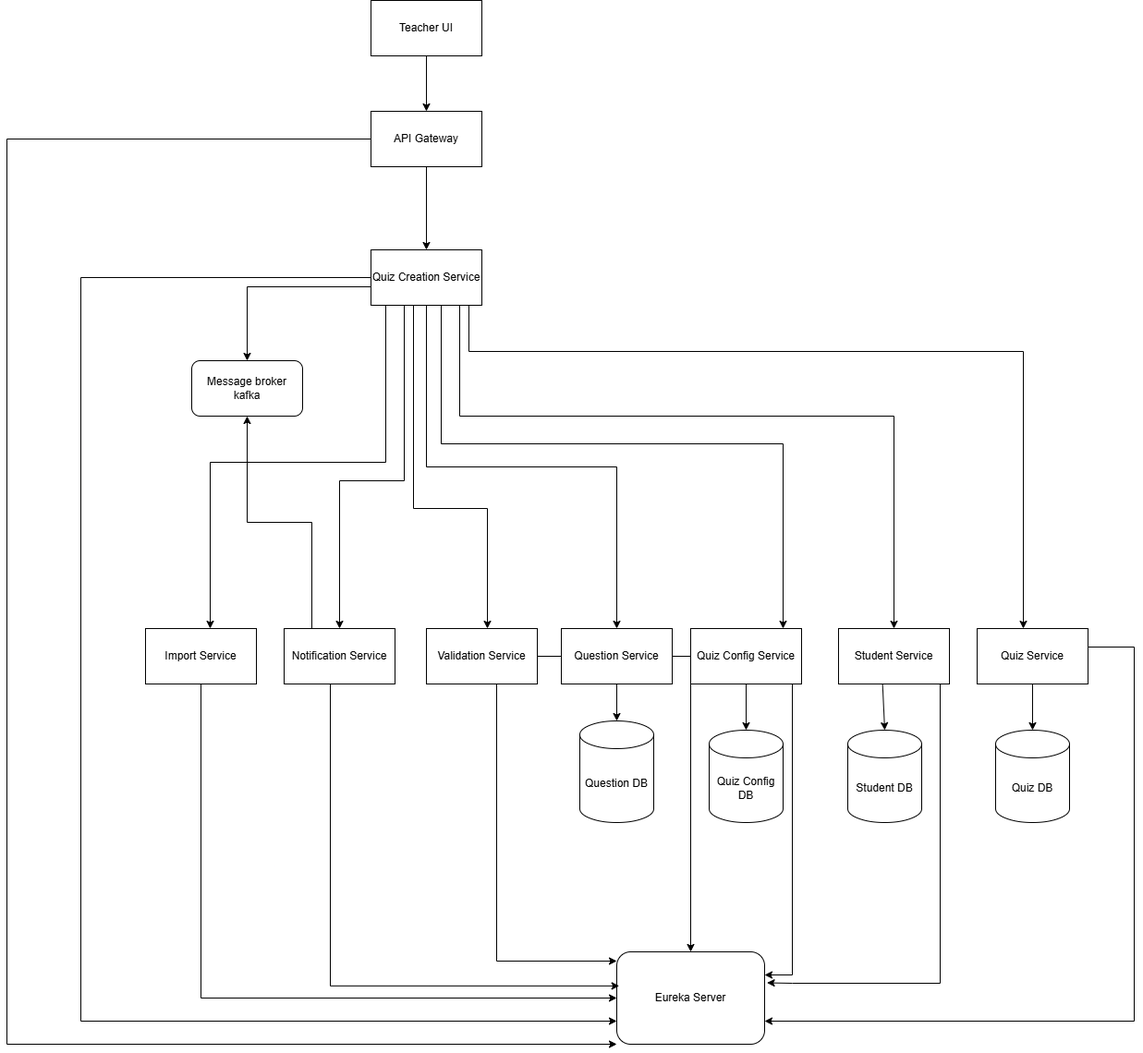
Before: docs/asset/system-architecture.png, a diagram exported from draw.io (CuongDo203/SOA). Source tidied: cells renumbered, new cells last; positions are measured from the earlier drawing's top-left corner, leaving out a move shared by most shapes. The source it was exported from:
```xml
<mxGraphModel>
  <root>
    <mxCell id="0" />
    <mxCell id="1" parent="0" />
    <mxCell id="2" style="edgeStyle=orthogonalEdgeStyle;rounded=0;jettySize=auto;html=1;exitX=0.5;exitY=1;exitDx=0;exitDy=0;" parent="1" edge="1" source="3" target="5">
      <mxGeometry relative="1" as="geometry" />
    </mxCell>
    <mxCell id="3" value="Teacher UI" style="rounded=0;whiteSpace=wrap;html=1;" parent="1" vertex="1">
      <mxGeometry x="394" width="120" height="60" as="geometry" />
    </mxCell>
    <mxCell id="4" style="edgeStyle=orthogonalEdgeStyle;rounded=0;jettySize=auto;html=1;exitX=0.5;exitY=1;exitDx=0;exitDy=0;entryX=0.5;entryY=0;entryDx=0;entryDy=0;" parent="1" edge="1" source="5" target="13">
      <mxGeometry relative="1" as="geometry" />
    </mxCell>
    <mxCell id="5" value="API Gateway" style="rounded=0;whiteSpace=wrap;html=1;" parent="1" vertex="1">
      <mxGeometry x="394" y="120" width="120" height="60" as="geometry" />
    </mxCell>
    <mxCell id="6" style="edgeStyle=orthogonalEdgeStyle;rounded=0;jettySize=auto;html=1;entryX=0;entryY=1;entryDx=0;entryDy=0;" parent="1" edge="1" source="5" target="35">
      <mxGeometry relative="1" as="geometry">
        <Array as="points">
          <mxPoint y="150" />
          <mxPoint y="1130" />
        </Array>
      </mxGeometry>
    </mxCell>
    <mxCell id="7" style="edgeStyle=orthogonalEdgeStyle;rounded=0;jettySize=auto;html=1;" parent="1" edge="1" source="13" target="15">
      <mxGeometry relative="1" as="geometry">
        <Array as="points">
          <mxPoint x="410" y="500" />
          <mxPoint x="220" y="500" />
        </Array>
      </mxGeometry>
    </mxCell>
    <mxCell id="8" style="edgeStyle=orthogonalEdgeStyle;rounded=0;jettySize=auto;html=1;" parent="1" edge="1" source="13" target="27">
      <mxGeometry relative="1" as="geometry">
        <Array as="points">
          <mxPoint x="430" y="520" />
          <mxPoint x="360" y="520" />
        </Array>
      </mxGeometry>
    </mxCell>
    <mxCell id="9" style="edgeStyle=orthogonalEdgeStyle;rounded=0;jettySize=auto;html=1;" parent="1" edge="1" source="13" target="18">
      <mxGeometry relative="1" as="geometry">
        <Array as="points">
          <mxPoint x="440" y="550" />
          <mxPoint x="520" y="550" />
        </Array>
      </mxGeometry>
    </mxCell>
    <mxCell id="10" style="edgeStyle=orthogonalEdgeStyle;rounded=0;jettySize=auto;html=1;" parent="1" edge="1" source="13" target="21">
      <mxGeometry relative="1" as="geometry">
        <Array as="points">
          <mxPoint x="470" y="480" />
          <mxPoint x="840" y="480" />
        </Array>
      </mxGeometry>
    </mxCell>
    <mxCell id="11" style="edgeStyle=orthogonalEdgeStyle;rounded=0;jettySize=auto;html=1;entryX=0.5;entryY=0;entryDx=0;entryDy=0;" parent="1" edge="1" source="13" target="41">
      <mxGeometry relative="1" as="geometry">
        <Array as="points">
          <mxPoint x="260" y="310" />
        </Array>
      </mxGeometry>
    </mxCell>
    <mxCell id="12" style="edgeStyle=orthogonalEdgeStyle;rounded=0;jettySize=auto;html=1;entryX=0;entryY=0.75;entryDx=0;entryDy=0;" parent="1" edge="1" source="13" target="35">
      <mxGeometry relative="1" as="geometry">
        <Array as="points">
          <mxPoint x="80" y="300" />
          <mxPoint x="80" y="1105" />
        </Array>
      </mxGeometry>
    </mxCell>
    <mxCell id="13" value="Quiz Creation Service" style="rounded=0;whiteSpace=wrap;html=1;" parent="1" vertex="1">
      <mxGeometry x="394" y="270" width="120" height="60" as="geometry" />
    </mxCell>
    <mxCell id="14" style="edgeStyle=orthogonalEdgeStyle;rounded=0;jettySize=auto;html=1;entryX=0;entryY=0.5;entryDx=0;entryDy=0;" parent="1" edge="1" source="15" target="35">
      <mxGeometry relative="1" as="geometry">
        <Array as="points">
          <mxPoint x="210" y="1080" />
        </Array>
      </mxGeometry>
    </mxCell>
    <mxCell id="15" value="Import Service" style="rounded=0;whiteSpace=wrap;html=1;" parent="1" vertex="1">
      <mxGeometry x="150" y="680" width="120" height="60" as="geometry" />
    </mxCell>
    <mxCell id="16" style="edgeStyle=orthogonalEdgeStyle;rounded=0;jettySize=auto;html=1;" parent="1" edge="1" source="18" target="35">
      <mxGeometry relative="1" as="geometry" />
    </mxCell>
    <mxCell id="17" style="edgeStyle=orthogonalEdgeStyle;rounded=0;jettySize=auto;html=1;" parent="1" edge="1" source="18" target="35">
      <mxGeometry relative="1" as="geometry">
        <Array as="points">
          <mxPoint x="530" y="1040" />
        </Array>
      </mxGeometry>
    </mxCell>
    <mxCell id="18" value="Validation Service" style="rounded=0;whiteSpace=wrap;html=1;" parent="1" vertex="1">
      <mxGeometry x="454" y="680" width="120" height="60" as="geometry" />
    </mxCell>
    <mxCell id="19" value="Question Service" style="rounded=0;whiteSpace=wrap;html=1;" parent="1" vertex="1">
      <mxGeometry x="600" y="680" width="120" height="60" as="geometry" />
    </mxCell>
    <mxCell id="20" style="edgeStyle=orthogonalEdgeStyle;rounded=0;jettySize=auto;html=1;entryX=1;entryY=0.25;entryDx=0;entryDy=0;" parent="1" edge="1" source="21" target="35">
      <mxGeometry relative="1" as="geometry">
        <Array as="points">
          <mxPoint x="850" y="1055" />
        </Array>
      </mxGeometry>
    </mxCell>
    <mxCell id="21" value="Quiz Config Service" style="rounded=0;whiteSpace=wrap;html=1;" parent="1" vertex="1">
      <mxGeometry x="740" y="680" width="120" height="60" as="geometry" />
    </mxCell>
    <mxCell id="22" style="edgeStyle=orthogonalEdgeStyle;rounded=0;jettySize=auto;html=1;entryX=1.016;entryY=0.335;entryDx=0;entryDy=0;entryPerimeter=0;" parent="1" edge="1" source="23" target="35">
      <mxGeometry relative="1" as="geometry">
        <Array as="points">
          <mxPoint x="1010" y="1064" />
          <mxPoint x="850" y="1064" />
        </Array>
      </mxGeometry>
    </mxCell>
    <mxCell id="23" value="Student Service" style="rounded=0;whiteSpace=wrap;html=1;" parent="1" vertex="1">
      <mxGeometry x="900" y="680" width="120" height="60" as="geometry" />
    </mxCell>
    <mxCell id="24" value="Quiz Service" style="rounded=0;whiteSpace=wrap;html=1;" parent="1" vertex="1">
      <mxGeometry x="1050" y="680" width="120" height="60" as="geometry" />
    </mxCell>
    <mxCell id="25" style="edgeStyle=orthogonalEdgeStyle;rounded=0;jettySize=auto;html=1;entryX=1;entryY=0.75;entryDx=0;entryDy=0;" parent="1" edge="1" source="24" target="35">
      <mxGeometry relative="1" as="geometry">
        <Array as="points">
          <mxPoint x="1220" y="700" />
          <mxPoint x="1220" y="1105" />
        </Array>
      </mxGeometry>
    </mxCell>
    <mxCell id="26" style="edgeStyle=orthogonalEdgeStyle;rounded=0;jettySize=auto;html=1;" parent="1" edge="1" source="27" target="41">
      <mxGeometry relative="1" as="geometry">
        <Array as="points">
          <mxPoint x="330" y="565" />
          <mxPoint x="260" y="565" />
        </Array>
      </mxGeometry>
    </mxCell>
    <mxCell id="27" value="Notification Service" style="rounded=0;whiteSpace=wrap;html=1;" parent="1" vertex="1">
      <mxGeometry x="300" y="680" width="120" height="60" as="geometry" />
    </mxCell>
    <mxCell id="28" style="endArrow=classic;html=1;rounded=0;entryX=0.5;entryY=0;entryDx=0;entryDy=0;entryPerimeter=0;exitX=0.5;exitY=1;exitDx=0;exitDy=0;" parent="1" edge="1" source="19" target="40">
      <mxGeometry relative="1" as="geometry" />
    </mxCell>
    <mxCell id="29" value="Quiz Config DB" style="shape=cylinder3;whiteSpace=wrap;html=1;boundedLbl=1;backgroundOutline=1;size=15;" parent="1" vertex="1">
      <mxGeometry x="760" y="790" width="80" height="100" as="geometry" />
    </mxCell>
    <mxCell id="30" style="endArrow=classic;html=1;rounded=0;entryX=0.5;entryY=0;entryDx=0;entryDy=0;entryPerimeter=0;exitX=0.5;exitY=1;exitDx=0;exitDy=0;" parent="1" edge="1" source="21" target="29">
      <mxGeometry relative="1" as="geometry" />
    </mxCell>
    <mxCell id="31" value="Student DB" style="shape=cylinder3;whiteSpace=wrap;html=1;boundedLbl=1;backgroundOutline=1;size=15;" parent="1" vertex="1">
      <mxGeometry x="910" y="790" width="80" height="100" as="geometry" />
    </mxCell>
    <mxCell id="32" style="endArrow=classic;html=1;rounded=0;entryX=0.5;entryY=0;entryDx=0;entryDy=0;entryPerimeter=0;exitX=0.397;exitY=0.993;exitDx=0;exitDy=0;exitPerimeter=0;" parent="1" edge="1" source="23" target="31">
      <mxGeometry relative="1" as="geometry" />
    </mxCell>
    <mxCell id="33" value="Quiz DB" style="shape=cylinder3;whiteSpace=wrap;html=1;boundedLbl=1;backgroundOutline=1;size=15;" parent="1" vertex="1">
      <mxGeometry x="1070" y="790" width="80" height="100" as="geometry" />
    </mxCell>
    <mxCell id="34" style="endArrow=classic;html=1;rounded=0;entryX=0.5;entryY=0;entryDx=0;entryDy=0;entryPerimeter=0;exitX=0.5;exitY=1;exitDx=0;exitDy=0;" parent="1" edge="1" source="24" target="33">
      <mxGeometry relative="1" as="geometry" />
    </mxCell>
    <mxCell id="35" value="Eureka Server" style="rounded=1;whiteSpace=wrap;html=1;" parent="1" vertex="1">
      <mxGeometry x="660" y="1030" width="160" height="100" as="geometry" />
    </mxCell>
    <mxCell id="36" style="edgeStyle=orthogonalEdgeStyle;rounded=0;jettySize=auto;html=1;entryX=0.5;entryY=0;entryDx=0;entryDy=0;" parent="1" edge="1" target="23">
      <mxGeometry relative="1" as="geometry">
        <mxPoint x="460" y="330" as="sourcePoint" />
        <Array as="points">
          <mxPoint x="490" y="330" />
          <mxPoint x="490" y="450" />
          <mxPoint x="960" y="450" />
        </Array>
      </mxGeometry>
    </mxCell>
    <mxCell id="37" style="edgeStyle=orthogonalEdgeStyle;rounded=0;jettySize=auto;html=1;" parent="1" edge="1" source="13" target="24">
      <mxGeometry relative="1" as="geometry">
        <Array as="points">
          <mxPoint x="500" y="380" />
          <mxPoint x="1100" y="380" />
        </Array>
      </mxGeometry>
    </mxCell>
    <mxCell id="38" style="edgeStyle=orthogonalEdgeStyle;rounded=0;jettySize=auto;html=1;entryX=0.017;entryY=0.369;entryDx=0;entryDy=0;entryPerimeter=0;" parent="1" edge="1" source="27" target="35">
      <mxGeometry relative="1" as="geometry">
        <Array as="points">
          <mxPoint x="350" y="1067" />
        </Array>
      </mxGeometry>
    </mxCell>
    <mxCell id="39" style="edgeStyle=orthogonalEdgeStyle;rounded=0;jettySize=auto;html=1;exitX=0.5;exitY=1;exitDx=0;exitDy=0;" parent="1" edge="1" source="13" target="19">
      <mxGeometry relative="1" as="geometry" />
    </mxCell>
    <mxCell id="40" value="Question DB" style="shape=cylinder3;whiteSpace=wrap;html=1;boundedLbl=1;backgroundOutline=1;size=15;" parent="1" vertex="1">
      <mxGeometry x="620" y="780" width="80" height="110" as="geometry" />
    </mxCell>
    <mxCell id="41" value="Message broker kafka" style="rounded=1;whiteSpace=wrap;html=1;" parent="1" vertex="1">
      <mxGeometry x="200" y="390" width="120" height="60" as="geometry" />
    </mxCell>
  </root>
</mxGraphModel>
```
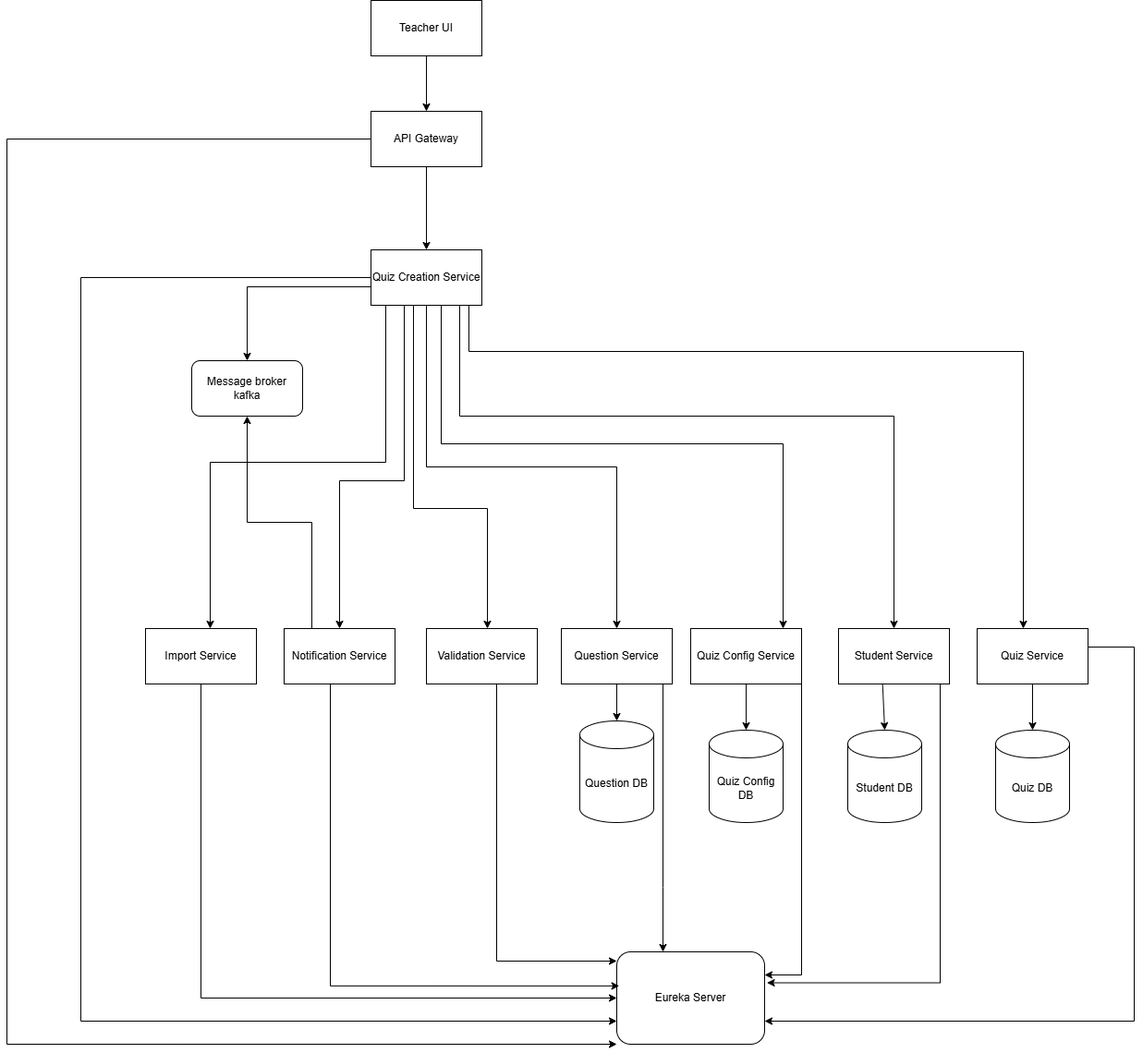
After the change.

Change to the diagram source:
```diff
@@ -82,9 +82,6 @@
     <mxCell id="15" value="Import Service" style="rounded=0;whiteSpace=wrap;html=1;" parent="1" vertex="1">
       <mxGeometry x="150" y="680" width="120" height="60" as="geometry" />
     </mxCell>
-    <mxCell id="16" style="edgeStyle=orthogonalEdgeStyle;rounded=0;jettySize=auto;html=1;" parent="1" edge="1" source="18" target="35">
-      <mxGeometry relative="1" as="geometry" />
-    </mxCell>
     <mxCell id="17" style="edgeStyle=orthogonalEdgeStyle;rounded=0;jettySize=auto;html=1;" parent="1" edge="1" source="18" target="35">
       <mxGeometry relative="1" as="geometry">
         <Array as="points">
@@ -95,13 +92,21 @@
     <mxCell id="18" value="Validation Service" style="rounded=0;whiteSpace=wrap;html=1;" parent="1" vertex="1">
       <mxGeometry x="454" y="680" width="120" height="60" as="geometry" />
     </mxCell>
+    <mxCell id="42" style="edgeStyle=orthogonalEdgeStyle;rounded=0;jettySize=auto;html=1;" parent="1" edge="1" source="19" target="35">
+      <mxGeometry relative="1" as="geometry">
+        <Array as="points">
+          <mxPoint x="710" y="960" />
+          <mxPoint x="710" y="960" />
+        </Array>
+      </mxGeometry>
+    </mxCell>
     <mxCell id="19" value="Question Service" style="rounded=0;whiteSpace=wrap;html=1;" parent="1" vertex="1">
       <mxGeometry x="600" y="680" width="120" height="60" as="geometry" />
     </mxCell>
     <mxCell id="20" style="edgeStyle=orthogonalEdgeStyle;rounded=0;jettySize=auto;html=1;entryX=1;entryY=0.25;entryDx=0;entryDy=0;" parent="1" edge="1" source="21" target="35">
       <mxGeometry relative="1" as="geometry">
         <Array as="points">
-          <mxPoint x="850" y="1055" />
+          <mxPoint x="860" y="1055" />
         </Array>
       </mxGeometry>
     </mxCell>
@@ -112,7 +117,6 @@
       <mxGeometry relative="1" as="geometry">
         <Array as="points">
           <mxPoint x="1010" y="1064" />
-          <mxPoint x="850" y="1064" />
         </Array>
       </mxGeometry>
     </mxCell>
```
